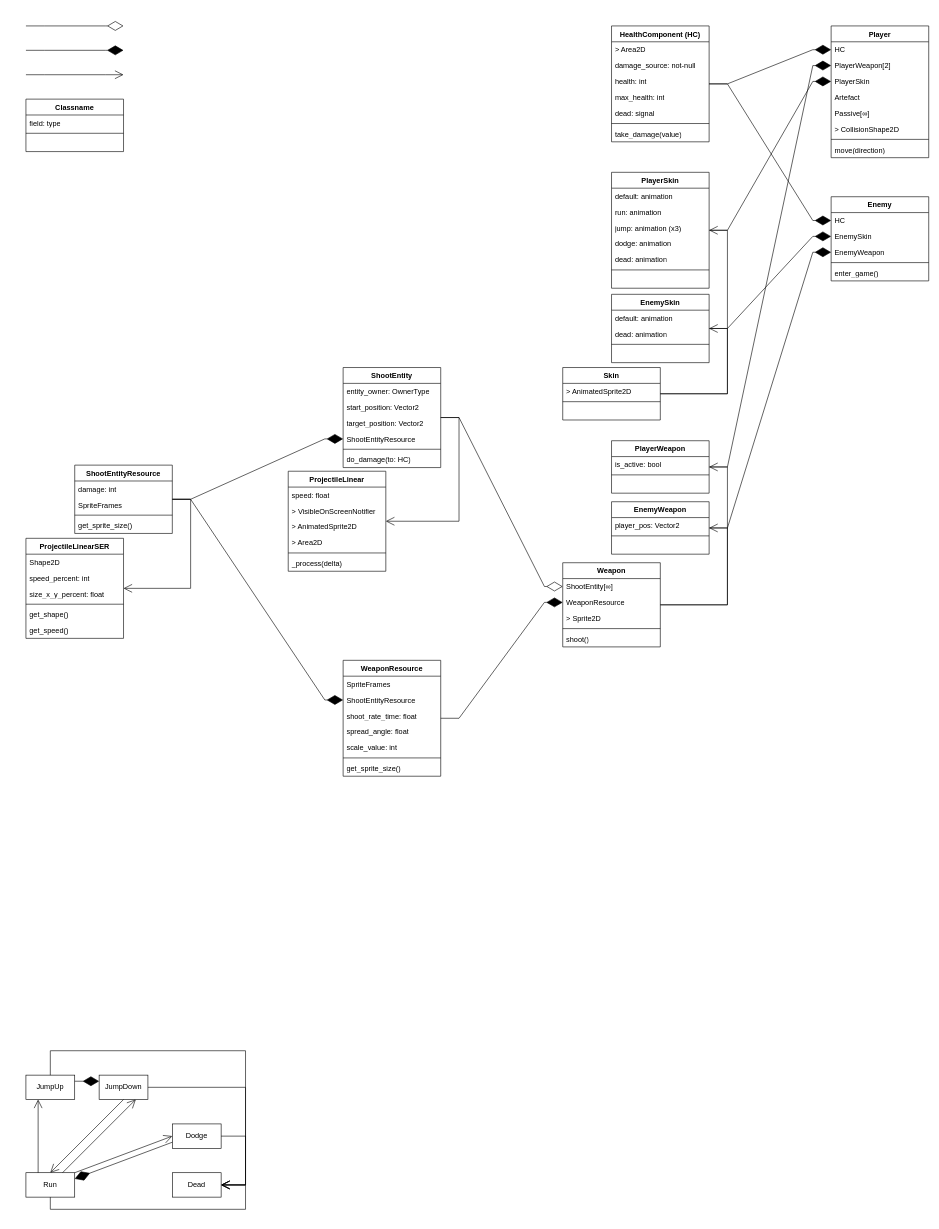
Before: game_model.drawio in 0-Vanes-0/runner, a draw.io diagram. Source tidied: cells renumbered, new cells numbered last; positions are measured from the earlier drawing's top-left corner, leaving out a move shared by most shapes. Both pictures are drawn from the tidied source at 61%, with x=0, y=0 at pixel (26, 26).
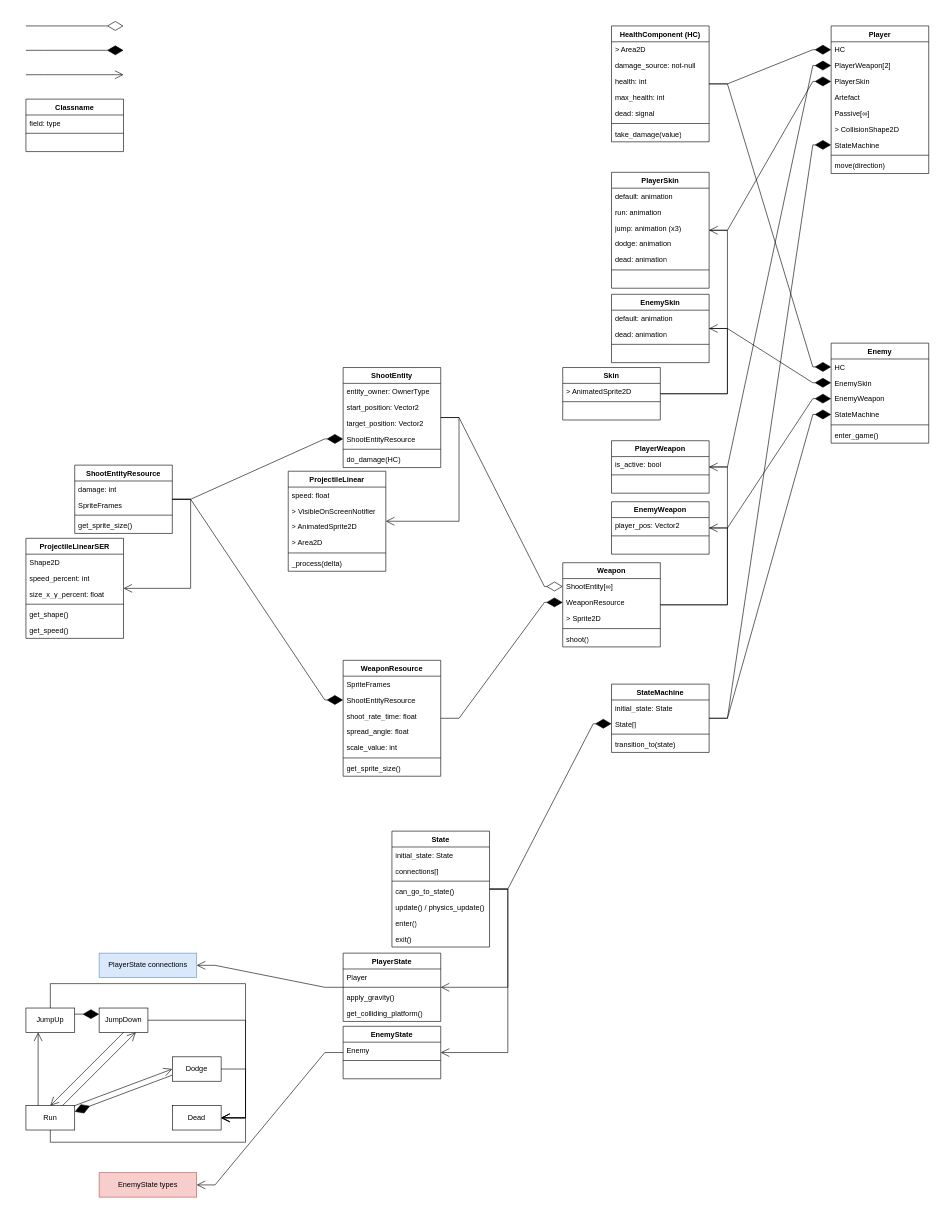
After the change.

Commit message (it also covers changes not shown here):
todo & game_model update

The change refers to these unchanged cells:
```xml
<mxCell id="71" value="ShootEntity" style="swimlane;fontStyle=1;align=center;verticalAlign=top;horizontal=1;startSize=26;whiteSpace=wrap;html=1;" parent="1" vertex="1">
  <mxGeometry x="520" y="560" width="160" height="164" as="geometry" />
</mxCell>
```

What changed in the source:
```diff
@@
     <mxCell id="14" value="Player" style="swimlane;fontStyle=1;align=center;verticalAlign=top;horizontal=1;startSize=26;whiteSpace=wrap;html=1;" parent="1" vertex="1">
-      <mxGeometry x="1320" width="160" height="216" as="geometry" />
+      <mxGeometry x="1320" width="160" height="242" as="geometry" />
     </mxCell>
@@
+    <mxCell id="128" value="StateMachine" style="text;align=left;verticalAlign=top;spacingLeft=4;spacingRight=4;overflow=hidden;points=[[0,0.5],[1,0.5]];portConstraint=eastwest;rounded=0;shadow=0;html=0;" parent="14" vertex="1">
+      <mxGeometry y="182" width="160" height="26" as="geometry" />
+    </mxCell>
     <mxCell id="21" style="line;strokeWidth=1;fillColor=none;align=left;verticalAlign=middle;spacingTop=-1;spacingLeft=3;spacingRight=3;labelPosition=right;strokeColor=inherit;" parent="14" vertex="1">
-      <mxGeometry y="182" width="160" height="8" as="geometry" />
+      <mxGeometry y="208" width="160" height="8" as="geometry" />
     </mxCell>
     <mxCell id="22" value="move(direction)" style="text;strokeColor=none;fillColor=none;align=left;verticalAlign=top;spacingLeft=4;spacingRight=4;overflow=hidden;whiteSpace=wrap;html=1;" parent="14" vertex="1">
-      <mxGeometry y="190" width="160" height="26" as="geometry" />
+      <mxGeometry y="216" width="160" height="26" as="geometry" />
     </mxCell>
@@
     <mxCell id="35" value="Enemy" style="swimlane;fontStyle=1;align=center;verticalAlign=top;horizontal=1;startSize=26;whiteSpace=wrap;html=1;" parent="1" vertex="1">
-      <mxGeometry x="1320" y="280" width="160" height="138" as="geometry" />
+      <mxGeometry x="1320" y="520" width="160" height="164" as="geometry" />
     </mxCell>
@@
+    <mxCell id="129" value="StateMachine" style="text;strokeColor=none;fillColor=none;align=left;verticalAlign=top;spacingLeft=4;spacingRight=4;overflow=hidden;points=[[0,0.5],[1,0.5]];portConstraint=eastwest;whiteSpace=wrap;html=1;" parent="35" vertex="1">
+      <mxGeometry y="104" width="160" height="26" as="geometry" />
+    </mxCell>
     <mxCell id="39" style="line;strokeWidth=1;fillColor=none;align=left;verticalAlign=middle;spacingTop=-1;spacingLeft=3;spacingRight=3;labelPosition=right;strokeColor=inherit;" parent="35" vertex="1">
-      <mxGeometry y="104" width="160" height="8" as="geometry" />
+      <mxGeometry y="130" width="160" height="8" as="geometry" />
     </mxCell>
     <mxCell id="40" value="enter_game()" style="text;strokeColor=none;fillColor=none;align=left;verticalAlign=top;spacingLeft=4;spacingRight=4;overflow=hidden;whiteSpace=wrap;html=1;" parent="35" vertex="1">
-      <mxGeometry y="112" width="160" height="26" as="geometry" />
+      <mxGeometry y="138" width="160" height="26" as="geometry" />
     </mxCell>
@@
-    <mxCell id="77" value="do_damage(to: HC)" style="text;strokeColor=none;fillColor=none;align=left;verticalAlign=top;spacingLeft=4;spacingRight=4;overflow=hidden;whiteSpace=wrap;html=1;" parent="71" vertex="1">
+    <mxCell id="77" value="do_damage(HC)" style="text;strokeColor=none;fillColor=none;align=left;verticalAlign=top;spacingLeft=4;spacingRight=4;overflow=hidden;whiteSpace=wrap;html=1;" parent="71" vertex="1">
       <mxGeometry y="138" width="160" height="26" as="geometry" />
     </mxCell>
@@
     <mxCell id="113" value="Run" style="rounded=0;whiteSpace=wrap;html=1;" parent="1" vertex="1">
-      <mxGeometry y="1880" width="80" height="40" as="geometry" />
+      <mxGeometry y="1770" width="80" height="40" as="geometry" />
     </mxCell>
     <mxCell id="114" value="JumpUp" style="rounded=0;whiteSpace=wrap;html=1;" parent="1" vertex="1">
-      <mxGeometry y="1720" width="80" height="40" as="geometry" />
+      <mxGeometry y="1610" width="80" height="40" as="geometry" />
     </mxCell>
     <mxCell id="115" value="JumpDown" style="rounded=0;whiteSpace=wrap;html=1;" parent="1" vertex="1">
-      <mxGeometry x="120" y="1720" width="80" height="40" as="geometry" />
+      <mxGeometry x="120" y="1610" width="80" height="40" as="geometry" />
     </mxCell>
     <mxCell id="116" value="Dodge" style="rounded=0;whiteSpace=wrap;html=1;" parent="1" vertex="1">
-      <mxGeometry x="240" y="1800" width="80" height="40" as="geometry" />
+      <mxGeometry x="240" y="1690" width="80" height="40" as="geometry" />
     </mxCell>
     <mxCell id="117" value="Dead" style="rounded=0;whiteSpace=wrap;html=1;" parent="1" vertex="1">
-      <mxGeometry x="240" y="1880" width="80" height="40" as="geometry" />
+      <mxGeometry x="240" y="1770" width="80" height="40" as="geometry" />
     </mxCell>
@@
     <mxCell id="124" style="endArrow=open;endFill=1;endSize=12;html=1;rounded=0;exitX=0.5;exitY=0;exitDx=0;exitDy=0;entryX=1;entryY=0.5;entryDx=0;entryDy=0;" parent="1" edge="1" source="114" target="117">
       <mxGeometry relative="1" as="geometry">
         <Array as="points">
-          <mxPoint x="40" y="1680" />
-          <mxPoint x="360" y="1680" />
-          <mxPoint x="360" y="1900" />
+          <mxPoint x="40" y="1570" />
+          <mxPoint x="360" y="1570" />
+          <mxPoint x="360" y="1790" />
         </Array>
       </mxGeometry>
     </mxCell>
     <mxCell id="125" style="endArrow=open;endFill=1;endSize=12;html=1;rounded=0;entryX=1;entryY=0.5;entryDx=0;entryDy=0;exitX=1;exitY=0.5;exitDx=0;exitDy=0;" parent="1" edge="1" source="115" target="117">
       <mxGeometry relative="1" as="geometry">
         <Array as="points">
-          <mxPoint x="360" y="1740" />
-          <mxPoint x="360" y="1900" />
+          <mxPoint x="360" y="1630" />
+          <mxPoint x="360" y="1790" />
         </Array>
       </mxGeometry>
     </mxCell>
     <mxCell id="126" style="endArrow=open;endFill=1;endSize=12;html=1;rounded=0;entryX=1;entryY=0.5;entryDx=0;entryDy=0;exitX=1;exitY=0.5;exitDx=0;exitDy=0;" parent="1" edge="1" source="116" target="117">
       <mxGeometry relative="1" as="geometry">
         <Array as="points">
-          <mxPoint x="360" y="1820" />
-          <mxPoint x="360" y="1900" />
+          <mxPoint x="360" y="1710" />
+          <mxPoint x="360" y="1790" />
         </Array>
       </mxGeometry>
     </mxCell>
     <mxCell id="127" style="endArrow=open;endFill=1;endSize=12;html=1;rounded=0;entryX=1;entryY=0.5;entryDx=0;entryDy=0;exitX=0.5;exitY=1;exitDx=0;exitDy=0;" parent="1" edge="1" source="113" target="117">
       <mxGeometry relative="1" as="geometry">
         <Array as="points">
-          <mxPoint x="40" y="1940" />
-          <mxPoint x="360" y="1940" />
-          <mxPoint x="360" y="1900" />
+          <mxPoint x="40" y="1830" />
+          <mxPoint x="360" y="1830" />
+          <mxPoint x="360" y="1790" />
         </Array>
       </mxGeometry>
     </mxCell>
+    <mxCell id="130" value="StateMachine" style="swimlane;fontStyle=1;align=center;verticalAlign=top;horizontal=1;startSize=26;whiteSpace=wrap;html=1;" parent="1" vertex="1">
+      <mxGeometry x="960" y="1079" width="160" height="112" as="geometry" />
+    </mxCell>
+    <mxCell id="131" value="initial_state: State" style="text;strokeColor=none;fillColor=none;align=left;verticalAlign=top;spacingLeft=4;spacingRight=4;overflow=hidden;whiteSpace=wrap;html=1;" parent="130" vertex="1">
+      <mxGeometry y="26" width="160" height="26" as="geometry" />
+    </mxCell>
+    <mxCell id="132" value="State[]" style="text;strokeColor=none;fillColor=none;align=left;verticalAlign=top;spacingLeft=4;spacingRight=4;overflow=hidden;points=[[0,0.5],[1,0.5]];portConstraint=eastwest;whiteSpace=wrap;html=1;" parent="130" vertex="1">
+      <mxGeometry y="52" width="160" height="26" as="geometry" />
+    </mxCell>
+    <mxCell id="133" style="line;strokeWidth=1;fillColor=none;align=left;verticalAlign=middle;spacingTop=-1;spacingLeft=3;spacingRight=3;labelPosition=right;strokeColor=inherit;" parent="130" vertex="1">
+      <mxGeometry y="78" width="160" height="8" as="geometry" />
+    </mxCell>
+    <mxCell id="134" value="transition_to(state)" style="text;strokeColor=none;fillColor=none;align=left;verticalAlign=top;spacingLeft=4;spacingRight=4;overflow=hidden;whiteSpace=wrap;html=1;" parent="130" vertex="1">
+      <mxGeometry y="86" width="160" height="26" as="geometry" />
+    </mxCell>
+    <mxCell id="135" value="State" style="swimlane;fontStyle=1;align=center;verticalAlign=top;horizontal=1;startSize=26;whiteSpace=wrap;html=1;" parent="1" vertex="1">
+      <mxGeometry x="600" y="1320" width="160" height="190" as="geometry" />
+    </mxCell>
+    <mxCell id="136" value="initial_state: State" style="text;strokeColor=none;fillColor=none;align=left;verticalAlign=top;spacingLeft=4;spacingRight=4;overflow=hidden;whiteSpace=wrap;html=1;" parent="135" vertex="1">
+      <mxGeometry y="26" width="160" height="26" as="geometry" />
+    </mxCell>
+    <mxCell id="137" value="connections[]" style="text;strokeColor=none;fillColor=none;align=left;verticalAlign=top;spacingLeft=4;spacingRight=4;overflow=hidden;whiteSpace=wrap;html=1;" parent="135" vertex="1">
+      <mxGeometry y="52" width="160" height="26" as="geometry" />
+    </mxCell>
+    <mxCell id="138" style="line;strokeWidth=1;fillColor=none;align=left;verticalAlign=middle;spacingTop=-1;spacingLeft=3;spacingRight=3;labelPosition=right;strokeColor=inherit;" parent="135" vertex="1">
+      <mxGeometry y="78" width="160" height="8" as="geometry" />
+    </mxCell>
+    <mxCell id="139" value="can_go_to_state()" style="text;strokeColor=none;fillColor=none;align=left;verticalAlign=top;spacingLeft=4;spacingRight=4;overflow=hidden;whiteSpace=wrap;html=1;" parent="135" vertex="1">
+      <mxGeometry y="86" width="160" height="26" as="geometry" />
+    </mxCell>
+    <mxCell id="140" value="update() / physics_update()" style="text;strokeColor=none;fillColor=none;align=left;verticalAlign=top;spacingLeft=4;spacingRight=4;overflow=hidden;whiteSpace=wrap;html=1;" parent="135" vertex="1">
+      <mxGeometry y="112" width="160" height="26" as="geometry" />
+    </mxCell>
+    <mxCell id="141" value="enter()" style="text;strokeColor=none;fillColor=none;align=left;verticalAlign=top;spacingLeft=4;spacingRight=4;overflow=hidden;whiteSpace=wrap;html=1;" parent="135" vertex="1">
+      <mxGeometry y="138" width="160" height="26" as="geometry" />
+    </mxCell>
+    <mxCell id="142" value="exit()" style="text;strokeColor=none;fillColor=none;align=left;verticalAlign=top;spacingLeft=4;spacingRight=4;overflow=hidden;whiteSpace=wrap;html=1;" parent="135" vertex="1">
+      <mxGeometry y="164" width="160" height="26" as="geometry" />
+    </mxCell>
+    <mxCell id="143" value="PlayerState" style="swimlane;fontStyle=1;align=center;verticalAlign=top;horizontal=1;startSize=26;whiteSpace=wrap;html=1;" parent="1" vertex="1">
+      <mxGeometry x="520" y="1520" width="160" height="112" as="geometry" />
+    </mxCell>
+    <mxCell id="144" value="Player" style="text;strokeColor=none;fillColor=none;align=left;verticalAlign=top;spacingLeft=4;spacingRight=4;overflow=hidden;whiteSpace=wrap;html=1;" parent="143" vertex="1">
+      <mxGeometry y="26" width="160" height="26" as="geometry" />
+    </mxCell>
+    <mxCell id="145" style="line;strokeWidth=1;fillColor=none;align=left;verticalAlign=middle;spacingTop=-1;spacingLeft=3;spacingRight=3;labelPosition=right;strokeColor=inherit;" parent="143" vertex="1">
+      <mxGeometry y="52" width="160" height="8" as="geometry" />
+    </mxCell>
+    <mxCell id="146" value="apply_gravity()" style="text;strokeColor=none;fillColor=none;align=left;verticalAlign=top;spacingLeft=4;spacingRight=4;overflow=hidden;whiteSpace=wrap;html=1;" parent="143" vertex="1">
+      <mxGeometry y="60" width="160" height="26" as="geometry" />
+    </mxCell>
+    <mxCell id="147" value="get_colliding_platform()" style="text;strokeColor=none;fillColor=none;align=left;verticalAlign=top;spacingLeft=4;spacingRight=4;overflow=hidden;whiteSpace=wrap;html=1;" parent="143" vertex="1">
+      <mxGeometry y="86" width="160" height="26" as="geometry" />
+    </mxCell>
+    <mxCell id="148" value="EnemyState" style="swimlane;fontStyle=1;align=center;verticalAlign=top;horizontal=1;startSize=26;whiteSpace=wrap;html=1;" parent="1" vertex="1">
+      <mxGeometry x="520" y="1640" width="160" height="86" as="geometry" />
+    </mxCell>
+    <mxCell id="149" value="Enemy" style="text;strokeColor=none;fillColor=none;align=left;verticalAlign=top;spacingLeft=4;spacingRight=4;overflow=hidden;whiteSpace=wrap;html=1;" parent="148" vertex="1">
+      <mxGeometry y="26" width="160" height="26" as="geometry" />
+    </mxCell>
+    <mxCell id="150" style="line;strokeWidth=1;fillColor=none;align=left;verticalAlign=middle;spacingTop=-1;spacingLeft=3;spacingRight=3;labelPosition=right;strokeColor=inherit;" parent="148" vertex="1">
+      <mxGeometry y="52" width="160" height="8" as="geometry" />
+    </mxCell>
+    <mxCell id="151" value="&amp;nbsp;" style="text;strokeColor=none;fillColor=none;align=left;verticalAlign=top;spacingLeft=4;spacingRight=4;overflow=hidden;whiteSpace=wrap;html=1;" parent="148" vertex="1">
+      <mxGeometry y="60" width="160" height="26" as="geometry" />
+    </mxCell>
+    <mxCell id="152" value="PlayerState connections" style="rounded=0;whiteSpace=wrap;html=1;fillColor=#dae8fc;strokeColor=#6c8ebf;" parent="1" vertex="1">
+      <mxGeometry x="120" y="1520" width="160" height="40" as="geometry" />
+    </mxCell>
+    <mxCell id="153" style="endArrow=open;endFill=1;endSize=12;html=1;rounded=0;edgeStyle=entityRelationEdgeStyle;" parent="1" edge="1" source="143" target="152">
+      <mxGeometry relative="1" as="geometry" />
+    </mxCell>
+    <mxCell id="154" style="endArrow=open;endFill=1;endSize=12;html=1;rounded=0;edgeStyle=entityRelationEdgeStyle;" parent="1" edge="1" source="135" target="143">
+      <mxGeometry relative="1" as="geometry" />
+    </mxCell>
+    <mxCell id="155" style="endArrow=open;endFill=1;endSize=12;html=1;rounded=0;edgeStyle=entityRelationEdgeStyle;" parent="1" edge="1" source="135" target="148">
+      <mxGeometry relative="1" as="geometry" />
+    </mxCell>
+    <mxCell id="156" value="EnemyState types" style="rounded=0;whiteSpace=wrap;html=1;fillColor=#f8cecc;strokeColor=#b85450;" parent="1" vertex="1">
+      <mxGeometry x="120" y="1880" width="160" height="40" as="geometry" />
+    </mxCell>
+    <mxCell id="157" style="endArrow=open;endFill=1;endSize=12;html=1;rounded=0;edgeStyle=entityRelationEdgeStyle;" parent="1" edge="1" source="148" target="156">
+      <mxGeometry relative="1" as="geometry" />
+    </mxCell>
+    <mxCell id="158" style="endArrow=diamondThin;endFill=1;endSize=24;html=1;rounded=0;edgeStyle=entityRelationEdgeStyle;" parent="1" edge="1" source="135" target="132">
+      <mxGeometry relative="1" as="geometry" />
+    </mxCell>
+    <mxCell id="159" style="endArrow=diamondThin;endFill=1;endSize=24;html=1;rounded=0;edgeStyle=entityRelationEdgeStyle;" parent="1" edge="1" source="130" target="128">
+      <mxGeometry relative="1" as="geometry" />
+    </mxCell>
+    <mxCell id="160" style="endArrow=diamondThin;endFill=1;endSize=24;html=1;rounded=0;edgeStyle=entityRelationEdgeStyle;" parent="1" edge="1" source="130" target="129">
+      <mxGeometry relative="1" as="geometry" />
+    </mxCell>
```
